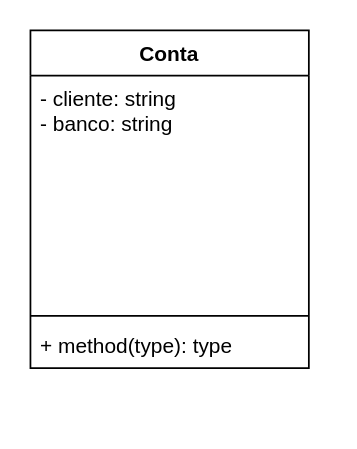
Earlier version of the draw.io diagram Classes Abstratas - POO.drawio (IamArthurGama/OOP-Abstract-Classes). Source tidied: cells renumbered, new cells numbered last; positions are measured from the earlier drawing's top-left corner, leaving out a move shared by most shapes. Both pictures are drawn from the tidied source at 174%, with x=0, y=0 at pixel (30, 30).
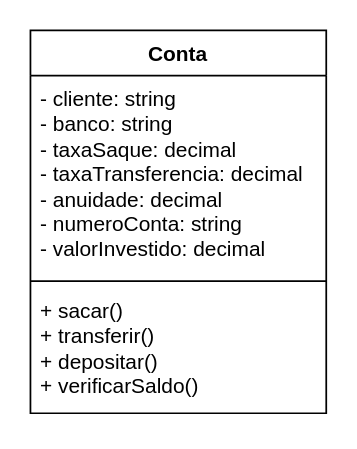
The same page after the edit.

Diff of the diagram source:
```diff
@@
 <mxGraphModel>
   <root>
     <mxCell id="0" />
     <mxCell id="1" parent="0" />
     <mxCell id="2" value="Conta" style="swimlane;fontStyle=1;align=center;verticalAlign=top;horizontal=1;startSize=26;whiteSpace=wrap;html=1;" parent="1" vertex="1">
-      <mxGeometry width="160" height="194" as="geometry" />
+      <mxGeometry width="170" height="220" as="geometry" />
     </mxCell>
-    <mxCell id="3" value="- cliente: string&lt;div&gt;- banco: string&lt;/div&gt;&lt;div&gt;&lt;br&gt;&lt;/div&gt;" style="text;strokeColor=none;fillColor=none;align=left;verticalAlign=top;spacingLeft=4;spacingRight=4;overflow=hidden;whiteSpace=wrap;html=1;" parent="2" vertex="1">
-      <mxGeometry y="26" width="160" height="134" as="geometry" />
+    <mxCell id="3" value="- cliente: string&lt;div&gt;- banco: string&lt;/div&gt;&lt;div&gt;- taxaSaque: decimal&lt;/div&gt;&lt;div&gt;- taxaTransferencia: decimal&lt;/div&gt;&lt;div&gt;- anuidade: decimal&lt;/div&gt;&lt;div&gt;- numeroConta: string&lt;/div&gt;&lt;div&gt;- valorInvestido: decimal&lt;/div&gt;" style="text;strokeColor=none;fillColor=none;align=left;verticalAlign=top;spacingLeft=4;spacingRight=4;overflow=hidden;whiteSpace=wrap;html=1;" parent="2" vertex="1">
+      <mxGeometry y="26" width="170" height="114" as="geometry" />
     </mxCell>
     <mxCell id="4" style="line;strokeWidth=1;fillColor=none;align=left;verticalAlign=middle;spacingTop=-1;spacingLeft=3;spacingRight=3;labelPosition=right;strokeColor=inherit;" parent="2" vertex="1">
-      <mxGeometry y="160" width="160" height="8" as="geometry" />
+      <mxGeometry y="140" width="170" height="8" as="geometry" />
     </mxCell>
-    <mxCell id="5" value="+ method(type): type" style="text;strokeColor=none;fillColor=none;align=left;verticalAlign=top;spacingLeft=4;spacingRight=4;overflow=hidden;whiteSpace=wrap;html=1;" parent="2" vertex="1">
-      <mxGeometry y="168" width="160" height="26" as="geometry" />
+    <mxCell id="5" value="+ sacar()&lt;div&gt;+ transferir()&lt;/div&gt;&lt;div&gt;+ depositar()&lt;/div&gt;&lt;div&gt;+ verificarSaldo()&lt;/div&gt;" style="text;strokeColor=none;fillColor=none;align=left;verticalAlign=top;spacingLeft=4;spacingRight=4;overflow=hidden;whiteSpace=wrap;html=1;" parent="2" vertex="1">
+      <mxGeometry y="148" width="170" height="72" as="geometry" />
     </mxCell>
   </root>
 </mxGraphModel>
```
